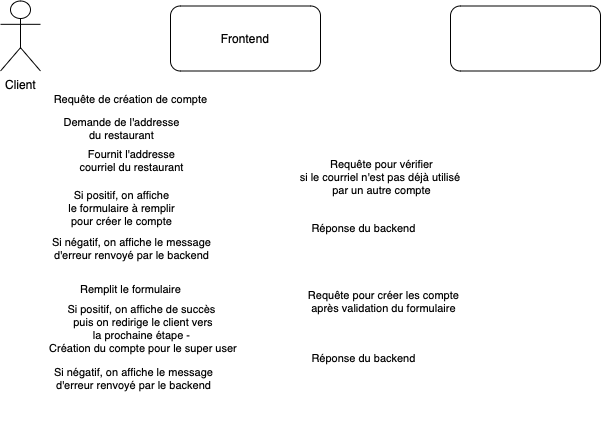
natelufuluabo/booking-system keeps this draw.io diagram as conception/diagrams/AccountCreationSequence.png. Above is the earlier version. Source tidied: cells renumbered, new cells last; positions are measured from the earlier drawing's top-left corner, leaving out a move shared by most shapes.
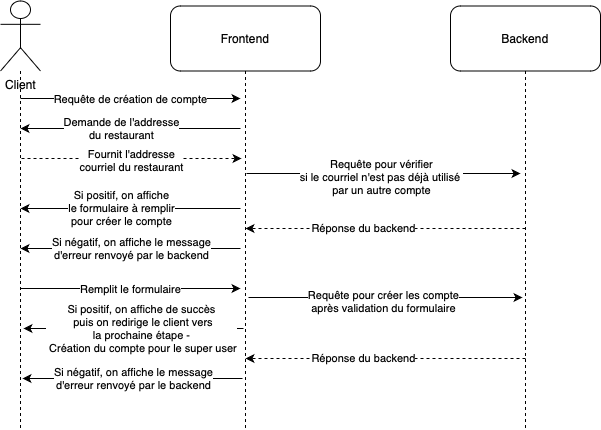
Above is the later version.

Diff of the diagram source:
```diff
@@ -2,7 +2,7 @@
   <root>
     <mxCell id="0" />
     <mxCell id="1" parent="0" />
-    <mxCell id="2" style="edgeStyle=orthogonalEdgeStyle;rounded=0;jettySize=auto;html=1;dashed=1;endArrow=none;endFill=0;strokeColor=#FFFFFF;" parent="1" edge="1" source="3">
+    <mxCell id="2" style="edgeStyle=orthogonalEdgeStyle;rounded=0;jettySize=auto;html=1;dashed=1;endArrow=none;endFill=0;strokeColor=#000000;" parent="1" edge="1" source="3">
       <mxGeometry relative="1" as="geometry">
         <mxPoint x="20" y="428" as="targetPoint" />
       </mxGeometry>
@@ -10,7 +10,7 @@
     <mxCell id="3" value="Client&lt;br&gt;" style="shape=umlActor;verticalLabelPosition=bottom;verticalAlign=top;html=1;outlineConnect=0;fillColor=#FFFFFF;" parent="1" vertex="1">
       <mxGeometry y="0.5" width="40" height="70" as="geometry" />
     </mxCell>
-    <mxCell id="4" style="edgeStyle=orthogonalEdgeStyle;rounded=0;jettySize=auto;html=1;endArrow=none;endFill=0;dashed=1;strokeColor=#FFFFFF;" parent="1" edge="1" source="5">
+    <mxCell id="4" style="edgeStyle=orthogonalEdgeStyle;rounded=0;jettySize=auto;html=1;endArrow=none;endFill=0;dashed=1;strokeColor=#000000;" parent="1" edge="1" source="5">
       <mxGeometry relative="1" as="geometry">
         <mxPoint x="245" y="428" as="targetPoint" />
       </mxGeometry>
@@ -18,15 +18,15 @@
     <mxCell id="5" value="Frontend" style="rounded=1;whiteSpace=wrap;html=1;fillColor=none;" parent="1" vertex="1">
       <mxGeometry x="170" y="5.5" width="150" height="65" as="geometry" />
     </mxCell>
-    <mxCell id="6" style="edgeStyle=orthogonalEdgeStyle;rounded=0;jettySize=auto;html=1;endArrow=none;endFill=0;dashed=1;strokeColor=#FFFFFF;" parent="1" edge="1" source="7">
+    <mxCell id="6" style="edgeStyle=orthogonalEdgeStyle;rounded=0;jettySize=auto;html=1;endArrow=none;endFill=0;dashed=1;strokeColor=#000000;" parent="1" edge="1" source="7">
       <mxGeometry relative="1" as="geometry">
         <mxPoint x="525" y="428" as="targetPoint" />
       </mxGeometry>
     </mxCell>
-    <mxCell id="7" value="&lt;font color=&quot;#ffffff&quot;&gt;Backend&lt;/font&gt;" style="rounded=1;whiteSpace=wrap;html=1;fillColor=none;" parent="1" vertex="1">
+    <mxCell id="7" value="Backend" style="rounded=1;whiteSpace=wrap;html=1;fillColor=none;" parent="1" vertex="1">
       <mxGeometry x="450" y="5.5" width="150" height="65" as="geometry" />
     </mxCell>
-    <mxCell id="8" style="endArrow=classic;html=1;rounded=0;strokeColor=#FFFFFF;" parent="1" edge="1">
+    <mxCell id="8" style="endArrow=classic;html=1;rounded=0;strokeColor=#000000;" parent="1" edge="1">
       <mxGeometry relative="1" as="geometry">
         <mxPoint x="240" y="128" as="sourcePoint" />
         <mxPoint x="20" y="128" as="targetPoint" />
@@ -37,7 +37,7 @@
         <mxPoint x="33" as="offset" />
       </mxGeometry>
     </mxCell>
-    <mxCell id="10" style="endArrow=classic;html=1;rounded=0;dashed=1;strokeColor=#FFFFFF;" parent="1" edge="1">
+    <mxCell id="10" style="endArrow=classic;html=1;rounded=0;dashed=1;strokeColor=#000000;" parent="1" edge="1">
       <mxGeometry relative="1" as="geometry">
         <mxPoint x="21" y="158" as="sourcePoint" />
         <mxPoint x="241" y="158" as="targetPoint" />
@@ -48,7 +48,7 @@
         <mxPoint x="10" as="offset" />
       </mxGeometry>
     </mxCell>
-    <mxCell id="12" style="endArrow=classic;html=1;rounded=0;strokeColor=#FFFFFF;" parent="1" edge="1">
+    <mxCell id="12" style="endArrow=classic;html=1;rounded=0;strokeColor=#000000;" parent="1" edge="1">
       <mxGeometry relative="1" as="geometry">
         <mxPoint x="20" y="98" as="sourcePoint" />
         <mxPoint x="240" y="98" as="targetPoint" />
@@ -59,7 +59,7 @@
         <mxPoint y="-2" as="offset" />
       </mxGeometry>
     </mxCell>
-    <mxCell id="14" style="endArrow=classic;html=1;rounded=0;strokeColor=#FFFFFF;" parent="1" edge="1">
+    <mxCell id="14" style="endArrow=classic;html=1;rounded=0;strokeColor=#000000;" parent="1" edge="1">
       <mxGeometry relative="1" as="geometry">
         <mxPoint x="246" y="173" as="sourcePoint" />
         <mxPoint x="520" y="173" as="targetPoint" />
@@ -70,7 +70,7 @@
         <mxPoint x="26" as="offset" />
       </mxGeometry>
     </mxCell>
-    <mxCell id="16" style="endArrow=classic;html=1;rounded=0;dashed=1;strokeColor=#FFFFFF;" parent="1" edge="1">
+    <mxCell id="16" style="endArrow=classic;html=1;rounded=0;dashed=1;strokeColor=#000000;" parent="1" edge="1">
       <mxGeometry relative="1" as="geometry">
         <mxPoint x="525" y="228" as="sourcePoint" />
         <mxPoint x="245" y="228" as="targetPoint" />
@@ -79,7 +79,7 @@
     <mxCell id="17" value="Réponse du backend" style="edgeLabel;html=1;align=center;verticalAlign=middle;" parent="16" vertex="1">
       <mxGeometry x="0.16" y="-1" relative="1" as="geometry" />
     </mxCell>
-    <mxCell id="18" style="endArrow=classic;html=1;rounded=0;strokeColor=#FFFFFF;" parent="1" edge="1">
+    <mxCell id="18" style="endArrow=classic;html=1;rounded=0;strokeColor=#000000;" parent="1" edge="1">
       <mxGeometry relative="1" as="geometry">
         <mxPoint x="240" y="208" as="sourcePoint" />
         <mxPoint x="20" y="208" as="targetPoint" />
@@ -90,7 +90,7 @@
         <mxPoint x="8" as="offset" />
       </mxGeometry>
     </mxCell>
-    <mxCell id="20" style="endArrow=classic;html=1;rounded=0;strokeColor=#FFFFFF;" parent="1" edge="1">
+    <mxCell id="20" style="endArrow=classic;html=1;rounded=0;strokeColor=#000000;" parent="1" edge="1">
       <mxGeometry relative="1" as="geometry">
         <mxPoint x="240" y="248" as="sourcePoint" />
         <mxPoint x="20" y="248" as="targetPoint" />
@@ -101,7 +101,7 @@
         <mxPoint x="18" as="offset" />
       </mxGeometry>
     </mxCell>
-    <mxCell id="22" style="endArrow=classic;html=1;rounded=0;strokeColor=#FFFFFF;" parent="1" edge="1">
+    <mxCell id="22" style="endArrow=classic;html=1;rounded=0;strokeColor=#000000;" parent="1" edge="1">
       <mxGeometry relative="1" as="geometry">
         <mxPoint x="20" y="288" as="sourcePoint" />
         <mxPoint x="240" y="288" as="targetPoint" />
@@ -112,7 +112,7 @@
         <mxPoint y="-2" as="offset" />
       </mxGeometry>
     </mxCell>
-    <mxCell id="24" style="endArrow=classic;html=1;rounded=0;strokeColor=#FFFFFF;" parent="1" edge="1">
+    <mxCell id="24" style="endArrow=classic;html=1;rounded=0;strokeColor=#000000;" parent="1" edge="1">
       <mxGeometry relative="1" as="geometry">
         <mxPoint x="248" y="297" as="sourcePoint" />
         <mxPoint x="522" y="297" as="targetPoint" />
@@ -123,7 +123,7 @@
         <mxPoint x="26" as="offset" />
       </mxGeometry>
     </mxCell>
-    <mxCell id="26" style="endArrow=classic;html=1;rounded=0;dashed=1;strokeColor=#FFFFFF;" parent="1" edge="1">
+    <mxCell id="26" style="endArrow=classic;html=1;rounded=0;dashed=1;strokeColor=#000000;" parent="1" edge="1">
       <mxGeometry relative="1" as="geometry">
         <mxPoint x="525" y="358" as="sourcePoint" />
         <mxPoint x="245" y="358" as="targetPoint" />
@@ -132,7 +132,7 @@
     <mxCell id="27" value="Réponse du backend" style="edgeLabel;html=1;align=center;verticalAlign=middle;" parent="26" vertex="1">
       <mxGeometry x="0.16" y="-1" relative="1" as="geometry" />
     </mxCell>
-    <mxCell id="28" style="endArrow=classic;html=1;rounded=0;strokeColor=#FFFFFF;" parent="1" edge="1">
+    <mxCell id="28" style="endArrow=classic;html=1;rounded=0;strokeColor=#000000;" parent="1" edge="1">
       <mxGeometry relative="1" as="geometry">
         <mxPoint x="243" y="328" as="sourcePoint" />
         <mxPoint x="23" y="328" as="targetPoint" />
@@ -143,7 +143,7 @@
         <mxPoint x="25" as="offset" />
       </mxGeometry>
     </mxCell>
-    <mxCell id="30" style="endArrow=classic;html=1;rounded=0;strokeColor=#FFFFFF;" parent="1" edge="1">
+    <mxCell id="30" style="endArrow=classic;html=1;rounded=0;strokeColor=#000000;" parent="1" edge="1">
       <mxGeometry relative="1" as="geometry">
         <mxPoint x="242" y="378" as="sourcePoint" />
         <mxPoint x="22" y="378" as="targetPoint" />
```
